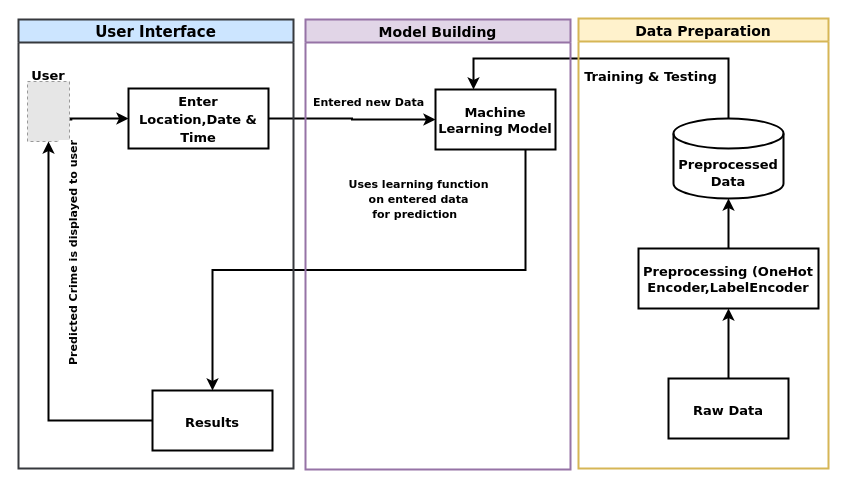
Earlier version of the draw.io diagram page "Page-1" (1 of 2) of work_flow.drawio (ChanumoluGayathri/System_Design). Source tidied: cells renumbered, new cells numbered last; positions are measured from the earlier drawing's top-left corner, leaving out a move shared by most shapes. Both pictures are drawn from the tidied source at 100%, with x=0, y=0 at pixel (18, 18). Pictures stored in the file or linked from it are replaced by grey dashed boxes.
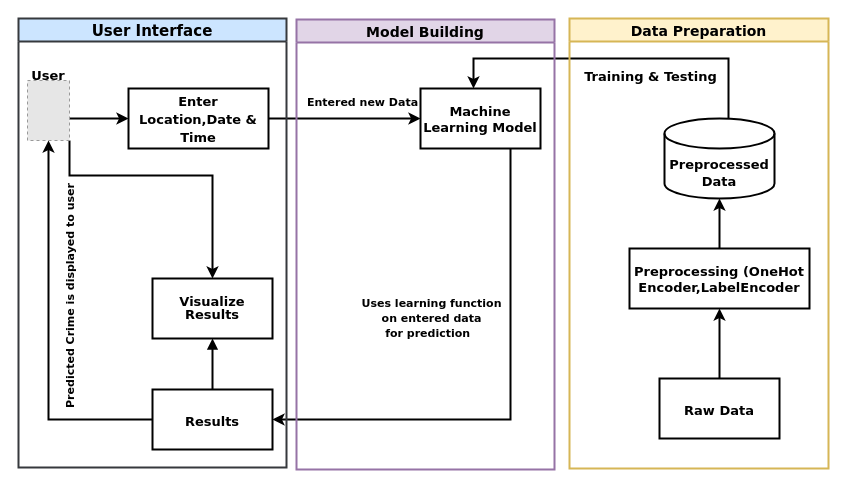
The same diagram, later.

The change refers to these unchanged cells:
```xml
<mxCell id="12" value="&lt;font style=&quot;font-size: 13px;&quot; face=&quot;Verdana&quot;&gt;&lt;b&gt;Results&lt;/b&gt;&lt;/font&gt;" style="rounded=0;whiteSpace=wrap;html=1;hachureGap=4;fontFamily=Architects Daughter;fontSize=20;strokeWidth=2;" parent="11" vertex="1">
  <mxGeometry x="134" y="371" width="120" height="60" as="geometry" />
</mxCell>
<mxCell id="13" style="fillColor=#E6E6E6;strokeColor=#999999;dashed=1;verticalLabelPosition=bottom;labelBackgroundColor=default;verticalAlign=top;" parent="11" vertex="1">
  <mxGeometry x="9" y="62" width="42" height="60" as="geometry" />
</mxCell>
<mxCell id="14" style="edgeStyle=orthogonalEdgeStyle;rounded=0;hachureGap=4;jettySize=auto;html=1;entryX=0.5;entryY=1;entryDx=0;entryDy=0;fontFamily=Architects Daughter;fontSize=16;strokeWidth=2;" parent="11" edge="1" source="12" target="13">
  <mxGeometry relative="1" as="geometry" />
</mxCell>
```

The edit, as a diff of the source:
```diff
@@
-    <mxCell id="7" style="edgeStyle=orthogonalEdgeStyle;rounded=0;hachureGap=4;jettySize=auto;html=1;exitX=0.75;exitY=1;exitDx=0;exitDy=0;entryX=0.5;entryY=0;entryDx=0;entryDy=0;fontFamily=Architects Daughter;fontSize=16;strokeWidth=2;" parent="1" edge="1" source="17" target="12">
-      <mxGeometry relative="1" as="geometry" />
+    <mxCell id="7" style="edgeStyle=orthogonalEdgeStyle;rounded=0;hachureGap=4;jettySize=auto;html=1;exitX=0.75;exitY=1;exitDx=0;exitDy=0;entryX=1;entryY=0.5;entryDx=0;entryDy=0;fontFamily=Architects Daughter;fontSize=16;strokeWidth=2;" parent="1" edge="1" source="17" target="12">
+      <mxGeometry relative="1" as="geometry">
+        <Array as="points">
+          <mxPoint x="492" y="401" />
+        </Array>
+      </mxGeometry>
     </mxCell>
-    <mxCell id="8" value="&lt;p style=&quot;line-height: 60%;&quot;&gt;&lt;b style=&quot;font-size: 11px;&quot;&gt;&lt;font style=&quot;font-size: 11px;&quot; face=&quot;Verdana&quot;&gt;Uses learning function &lt;br&gt;on entered data &lt;br&gt;for prediction&amp;nbsp;&amp;nbsp;&lt;/font&gt;&lt;/b&gt;&lt;/p&gt;" style="text;html=1;align=center;verticalAlign=middle;strokeColor=none;fillColor=none;fontSize=20;fontFamily=Architects Daughter;" parent="1" vertex="1">
-      <mxGeometry x="320" y="130" width="160" height="100" as="geometry" />
-    </mxCell>
@@
     <mxCell id="11" value="User Interface" style="swimlane;hachureGap=4;fontFamily=Verdana;fontSize=15;fontStyle=1;fillColor=#cce5ff;strokeColor=#36393d;strokeWidth=2;" parent="1" vertex="1">
-      <mxGeometry y="1" width="275" height="449" as="geometry" />
+      <mxGeometry width="268" height="449" as="geometry" />
     </mxCell>
+    <mxCell id="24" style="edgeStyle=orthogonalEdgeStyle;rounded=0;hachureGap=4;jettySize=auto;html=1;strokeWidth=2;endArrow=block;endFill=1;" parent="11" edge="1" source="12" target="26">
+      <mxGeometry relative="1" as="geometry" />
+    </mxCell>
@@
+    <mxCell id="25" style="edgeStyle=orthogonalEdgeStyle;rounded=0;hachureGap=4;jettySize=auto;html=1;exitX=1;exitY=1;exitDx=0;exitDy=0;strokeWidth=2;endArrow=classic;endFill=1;" parent="11" edge="1" source="13" target="26">
+      <mxGeometry relative="1" as="geometry">
+        <Array as="points">
+          <mxPoint x="51" y="157" />
+          <mxPoint x="194" y="157" />
+        </Array>
+      </mxGeometry>
+    </mxCell>
@@
     <mxCell id="15" value="&lt;font size=&quot;1&quot; face=&quot;Verdana&quot;&gt;&lt;b style=&quot;font-size: 11px;&quot;&gt;Predicted Crime is displayed to user&lt;/b&gt;&lt;/font&gt;" style="edgeLabel;html=1;align=center;verticalAlign=middle;fontSize=20;fontFamily=Architects Daughter;rotation=270;" parent="14" vertex="1">
       <mxGeometry x="-0.1" y="-2" relative="1" as="geometry">
-        <mxPoint x="19" y="-98" as="offset" />
+        <mxPoint x="16" y="-54" as="offset" />
       </mxGeometry>
     </mxCell>
+    <mxCell id="26" value="&lt;p style=&quot;line-height: 100%;&quot;&gt;&lt;font size=&quot;1&quot; face=&quot;Verdana&quot; style=&quot;&quot;&gt;&lt;b style=&quot;font-size: 13px;&quot;&gt;Visualize Results&lt;/b&gt;&lt;/font&gt;&lt;/p&gt;" style="rounded=0;whiteSpace=wrap;html=1;hachureGap=4;strokeWidth=2;" parent="11" vertex="1">
+      <mxGeometry x="134" y="260" width="120" height="60" as="geometry" />
+    </mxCell>
     <mxCell id="16" value="Model Building" style="swimlane;hachureGap=4;fontFamily=Verdana;fontSize=14;fillColor=#e1d5e7;strokeColor=#9673a6;strokeWidth=2;" parent="1" vertex="1">
-      <mxGeometry x="287" y="1" width="265" height="450" as="geometry" />
+      <mxGeometry x="278" y="1" width="258" height="450" as="geometry" />
     </mxCell>
     <mxCell id="17" value="&lt;p style=&quot;line-height: 70%;&quot;&gt;&lt;font style=&quot;font-size: 13px;&quot; face=&quot;Verdana&quot;&gt;&lt;b&gt;Machine Learning Model&lt;/b&gt;&lt;/font&gt;&lt;/p&gt;" style="rounded=0;whiteSpace=wrap;html=1;hachureGap=4;fontFamily=Architects Daughter;fontSize=20;strokeWidth=2;" parent="16" vertex="1">
-      <mxGeometry x="130" y="70" width="120" height="60" as="geometry" />
+      <mxGeometry x="124" y="69" width="120" height="60" as="geometry" />
     </mxCell>
+    <mxCell id="8" value="&lt;p style=&quot;line-height: 60%;&quot;&gt;&lt;b style=&quot;font-size: 11px;&quot;&gt;&lt;font style=&quot;font-size: 11px;&quot; face=&quot;Verdana&quot;&gt;Uses learning function &lt;br&gt;on entered data &lt;br&gt;for prediction&amp;nbsp;&amp;nbsp;&lt;/font&gt;&lt;/b&gt;&lt;/p&gt;" style="text;html=1;align=center;verticalAlign=middle;strokeColor=none;fillColor=none;fontSize=20;fontFamily=Architects Daughter;" parent="16" vertex="1">
+      <mxGeometry x="55" y="248" width="160" height="100" as="geometry" />
+    </mxCell>
     <mxCell id="18" value="Data Preparation" style="swimlane;hachureGap=4;fontFamily=Verdana;fontSize=14;fillColor=#fff2cc;strokeColor=#d6b656;strokeWidth=2;" parent="1" vertex="1">
-      <mxGeometry x="560" width="250" height="450" as="geometry" />
+      <mxGeometry x="551" width="259" height="450" as="geometry" />
     </mxCell>
```
